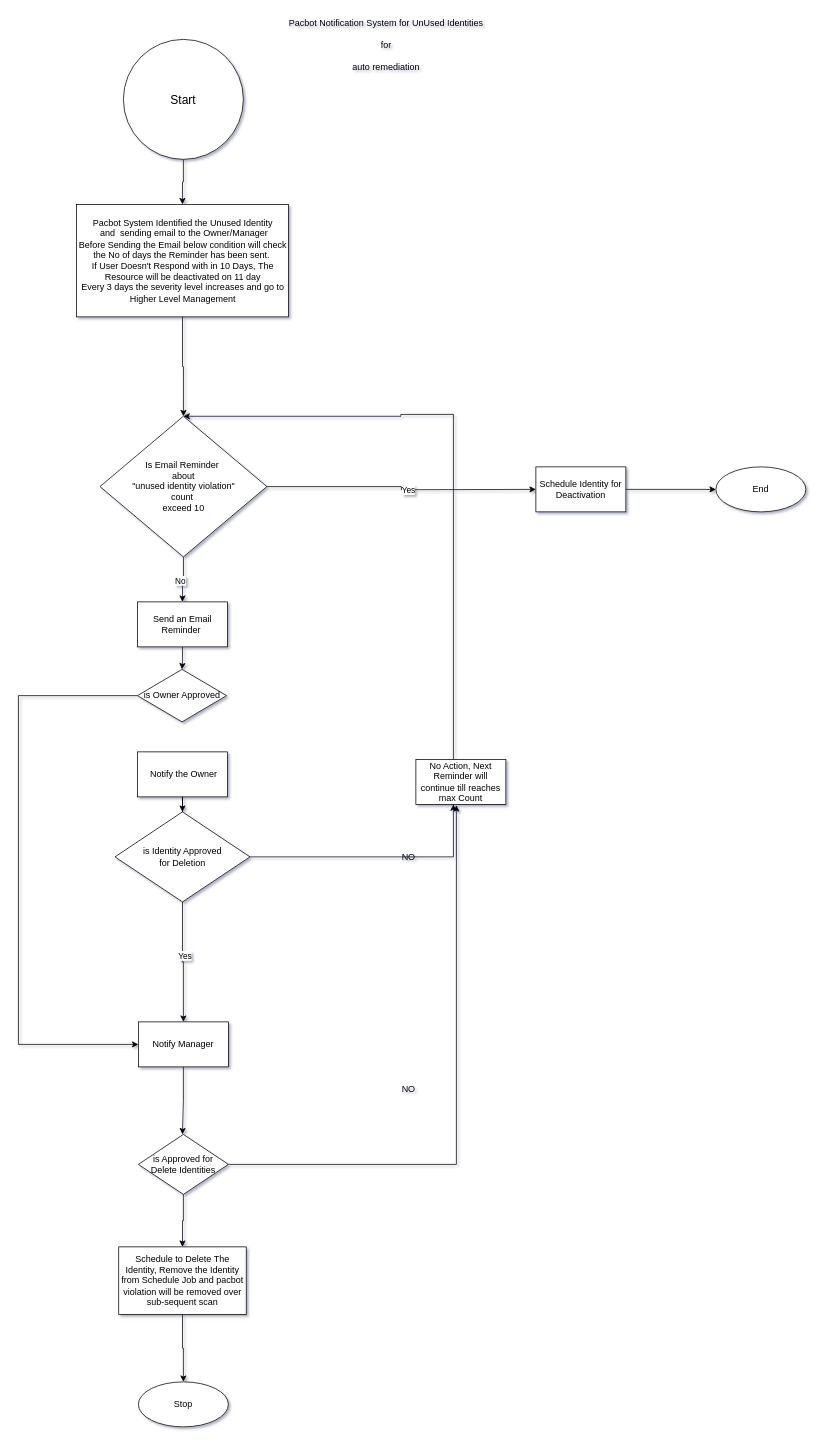
Earlier version of the draw.io diagram page "Page-1" (1 of 2) of CDCASJ-4522-UnUsed-Identities-v5.drawio (cloudshare360/draw.io). Source tidied: cells renumbered, new cells numbered last; positions are measured from the earlier drawing's top-left corner, leaving out a move shared by most shapes. Both pictures are drawn from the tidied source at 75%, with x=0, y=0 at pixel (18, 13).
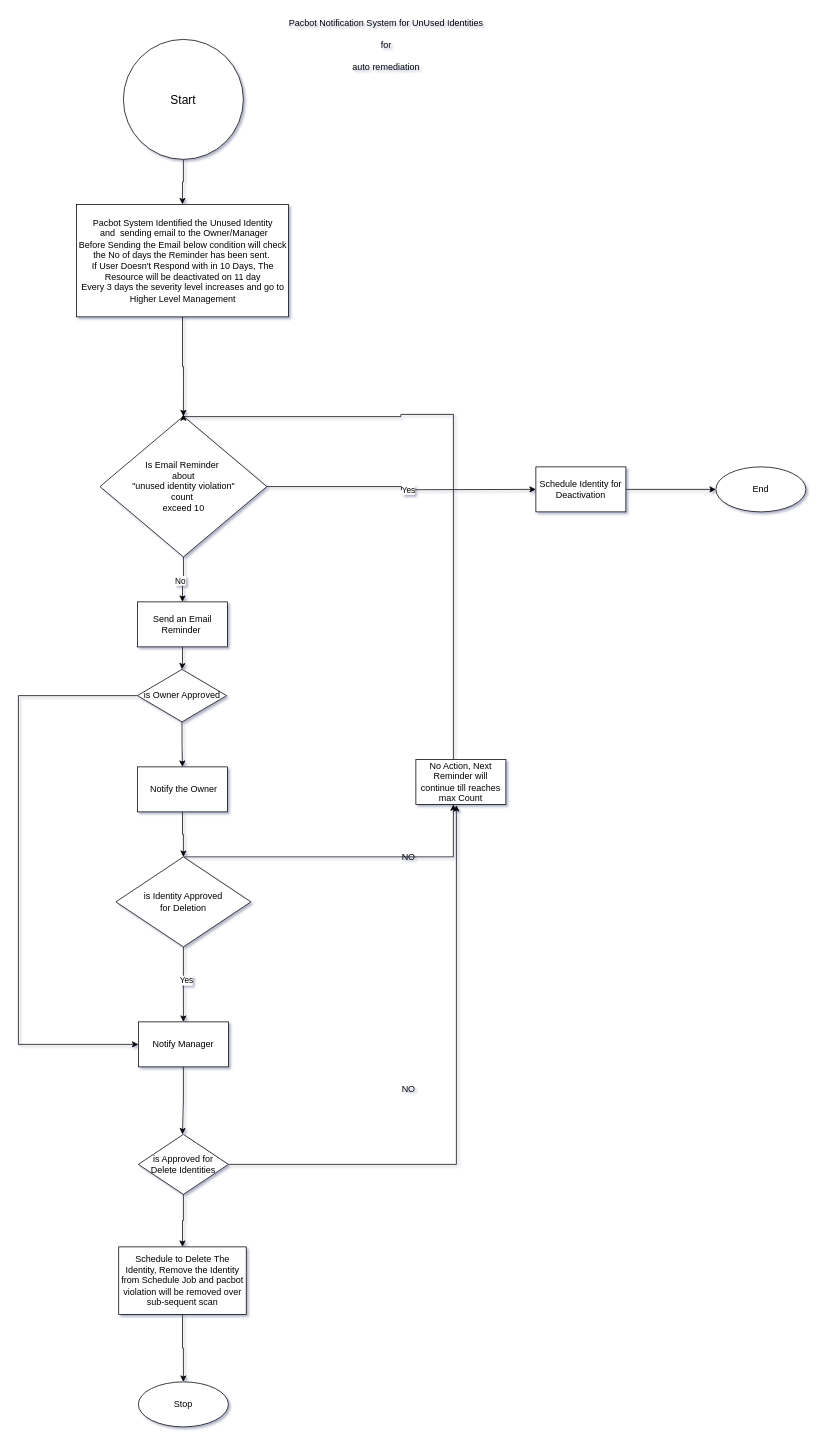
The same diagram, later.

The change refers to these unchanged cells:
```xml
<mxCell id="16" value="Is Email Reminder&amp;nbsp;&lt;br&gt;about&lt;br&gt;&quot;unused identity violation&quot; &lt;br&gt;count&amp;nbsp;&lt;br&gt;exceed 10" style="rhombus;whiteSpace=wrap;html=1;" parent="1" vertex="1">
  <mxGeometry x="108.8" y="537.5" width="222.5" height="187.5" as="geometry" />
</mxCell>
<mxCell id="30" value="No Action, Next Reminder will continue till reaches max Count" style="whiteSpace=wrap;html=1;" parent="1" vertex="1">
  <mxGeometry x="530" y="995" width="120" height="60" as="geometry" />
</mxCell>
<mxCell id="36" value="is Owner Approved" style="rhombus;whiteSpace=wrap;html=1;" parent="1" vertex="1">
  <mxGeometry x="158.8" y="875" width="118.8" height="70" as="geometry" />
</mxCell>
```

Diff of the diagram source:
```diff
@@
     <mxCell id="5" value="&amp;nbsp;Notify the Owner" style="whiteSpace=wrap;html=1;" parent="1" vertex="1">
-      <mxGeometry x="158.8" y="985" width="120" height="60" as="geometry" />
+      <mxGeometry x="158.8" y="1005" width="120" height="60" as="geometry" />
     </mxCell>
@@
     <mxCell id="9" value="is Identity Approved &lt;br&gt;for Deletion&lt;br&gt;" style="rhombus;whiteSpace=wrap;html=1;" parent="1" vertex="1">
-      <mxGeometry x="128.8" y="1065" width="180" height="120" as="geometry" />
+      <mxGeometry x="130" y="1125" width="180" height="120" as="geometry" />
     </mxCell>
@@
-    <mxCell id="29" style="edgeStyle=orthogonalEdgeStyle;rounded=0;jettySize=auto;html=1;fontSize=16;entryX=0.5;entryY=0;entryDx=0;entryDy=0;" parent="1" edge="1" source="30" target="16">
+    <mxCell id="29" style="edgeStyle=orthogonalEdgeStyle;rounded=0;jettySize=auto;html=1;fontSize=16;" parent="1" edge="1" source="30">
       <mxGeometry relative="1" as="geometry">
+        <mxPoint x="220" y="535" as="targetPoint" />
         <Array as="points">
           <mxPoint x="580" y="535" />
           <mxPoint x="510" y="535" />
           <mxPoint x="510" y="538" />
         </Array>
       </mxGeometry>
     </mxCell>
@@
+    <mxCell id="37" style="edgeStyle=orthogonalEdgeStyle;rounded=0;jettySize=auto;html=1;entryX=0.5;entryY=0;entryDx=0;entryDy=0;" parent="1" edge="1" source="36" target="5">
+      <mxGeometry relative="1" as="geometry" />
+    </mxCell>
```
